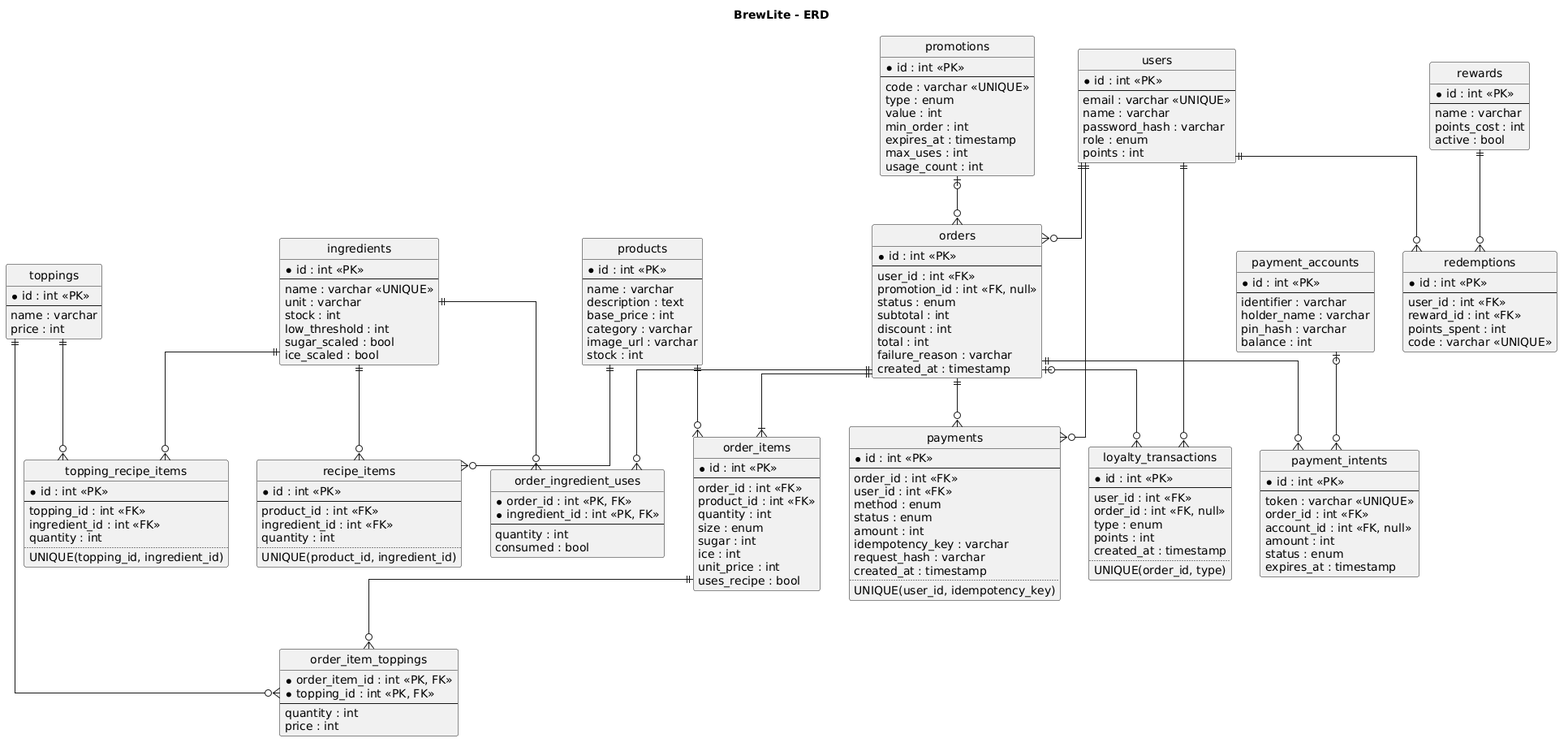
This is docs/diagrams/erd.svg from tthan-prog/BrewLite-AS2, a PlantUML export, as it was before one commit.
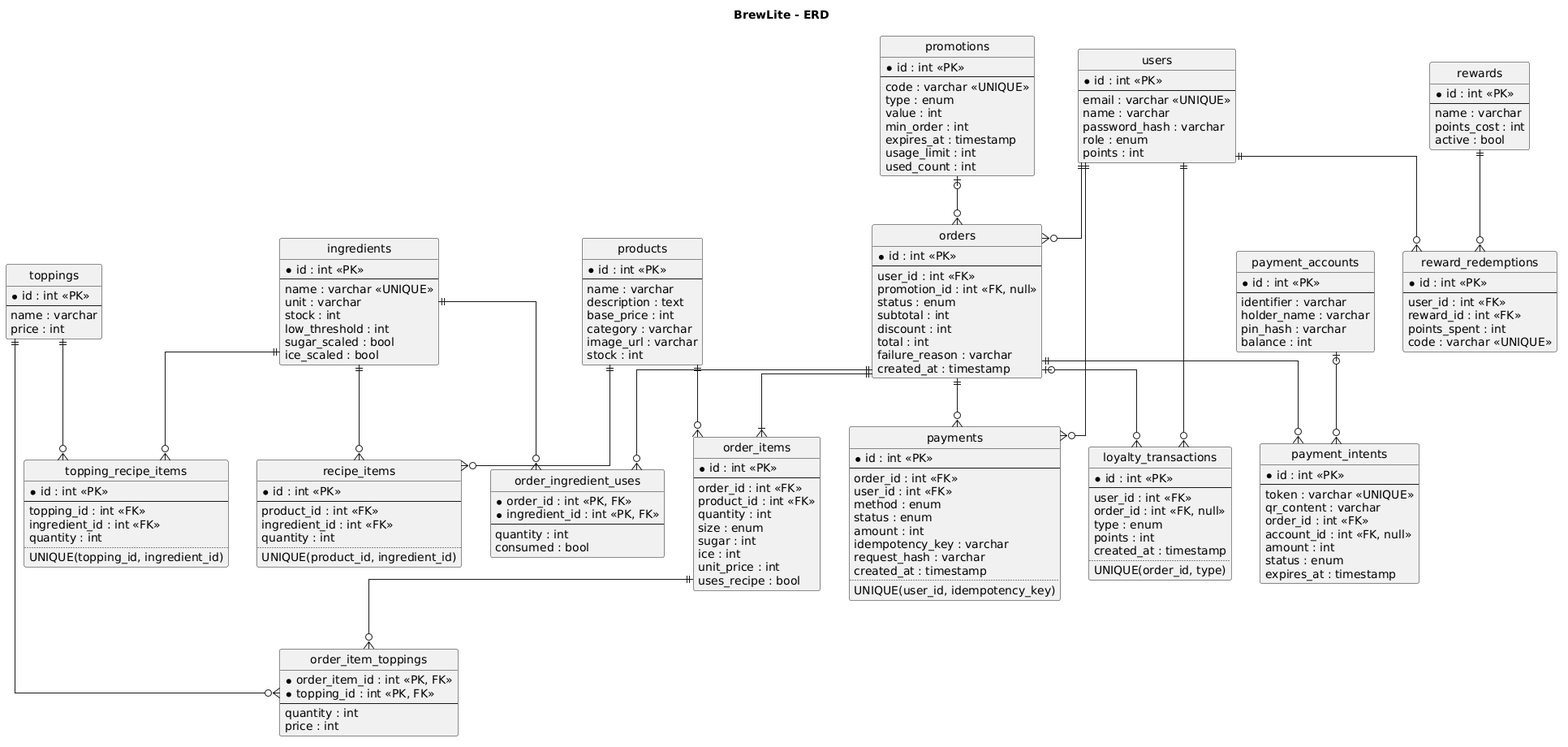
Later version of the same file.

Commit message:
docs: add class domain and ERD diagrams

The edit, as a diff of the source:
```diff
@@ -36,8 +36,8 @@
   value : int
   min_order : int
   expires_at : timestamp
-  max_uses : int
-  usage_count : int
+  usage_limit : int
+  used_count : int
 }
 entity orders {
   * id : int <<PK>>
@@ -142,6 +142,7 @@
   * id : int <<PK>>
   --
   token : varchar <<UNIQUE>>
+  qr_content : varchar
   order_id : int <<FK>>
   account_id : int <<FK, null>>
   amount : int
@@ -155,7 +156,7 @@
   points_cost : int
   active : bool
 }
-entity redemptions {
+entity reward_redemptions {
   * id : int <<PK>>
   --
   user_id : int <<FK>>
@@ -167,7 +168,7 @@
 users ||--o{ orders
 users ||--o{ payments
 users ||--o{ loyalty_transactions
-users ||--o{ redemptions
+users ||--o{ reward_redemptions
 promotions |o--o{ orders
 orders ||--|{ order_items
 orders ||--o{ payments
@@ -183,5 +184,5 @@
 ingredients ||--o{ topping_recipe_items
 ingredients ||--o{ order_ingredient_uses
 payment_accounts |o--o{ payment_intents
-rewards ||--o{ redemptions
+rewards ||--o{ reward_redemptions
 @enduml
```
